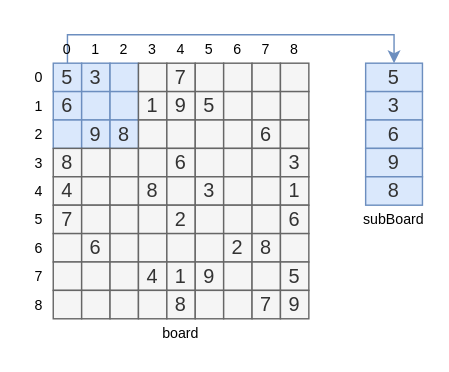
Before: page "3" (3 of 3) of docs/problems1_100/valid-sudoku.drawio in hanggrian/grind-leetcode, a draw.io diagram. Source tidied: cells renumbered, new cells numbered last; positions are measured from the earlier drawing's top-left corner, leaving out a move shared by most shapes. Both pictures are drawn from the tidied source at 142%, with x=0, y=0 at pixel (24, 34).
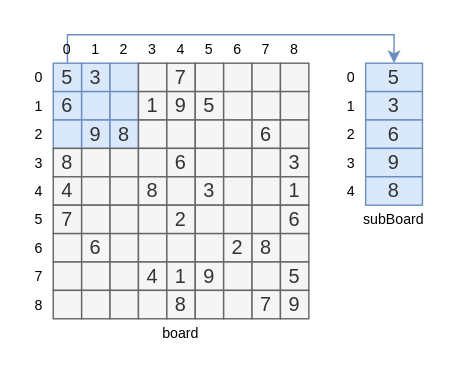
After the change.

What changed in the source:
```diff
@@
+    <mxCell id="109" value="0" style="text;html=1;align=center;verticalAlign=middle;whiteSpace=wrap;rounded=0;fontSize=10;" parent="1" vertex="1">
+      <mxGeometry x="220" y="20" width="20" height="20" as="geometry" />
+    </mxCell>
+    <mxCell id="110" value="1" style="text;html=1;align=center;verticalAlign=middle;whiteSpace=wrap;rounded=0;fontSize=10;" parent="1" vertex="1">
+      <mxGeometry x="220" y="40" width="20" height="20" as="geometry" />
+    </mxCell>
+    <mxCell id="111" value="2" style="text;html=1;align=center;verticalAlign=middle;whiteSpace=wrap;rounded=0;fontSize=10;" parent="1" vertex="1">
+      <mxGeometry x="220" y="60" width="20" height="20" as="geometry" />
+    </mxCell>
+    <mxCell id="112" value="3" style="text;html=1;align=center;verticalAlign=middle;whiteSpace=wrap;rounded=0;fontSize=10;" parent="1" vertex="1">
+      <mxGeometry x="220" y="80" width="20" height="20" as="geometry" />
+    </mxCell>
+    <mxCell id="113" value="4" style="text;html=1;align=center;verticalAlign=middle;whiteSpace=wrap;rounded=0;fontSize=10;" parent="1" vertex="1">
+      <mxGeometry x="220" y="100" width="20" height="20" as="geometry" />
+    </mxCell>
```
